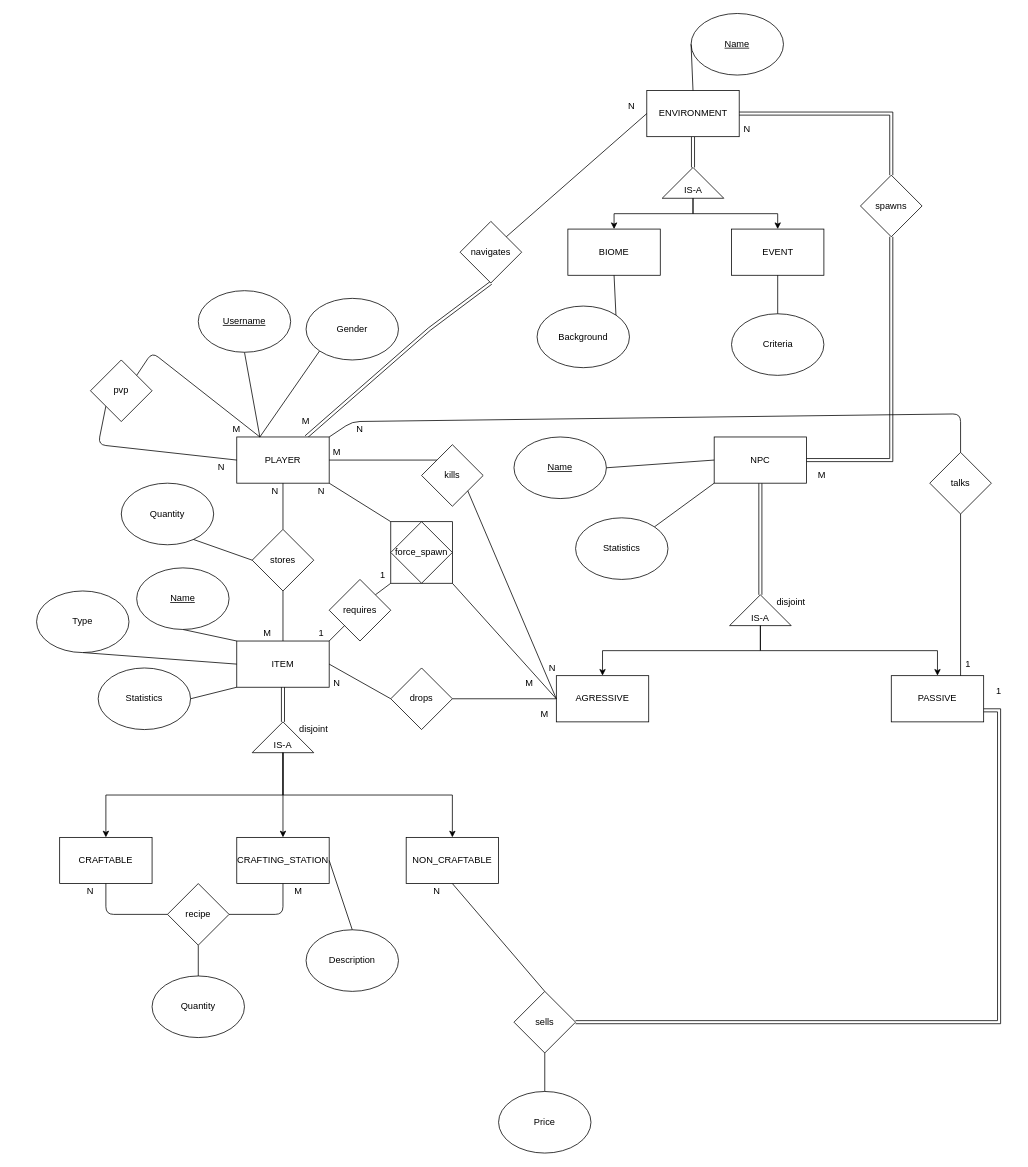
The draw.io diagram TerrariaER.drawio in ahridesu/guioes-BD, before the edit. Source tidied: cells renumbered, new cells numbered last; positions are measured from the earlier drawing's top-left corner, leaving out a move shared by most shapes. Both pictures are drawn from the tidied source at 77%, with x=0, y=0 at pixel (36, 13).
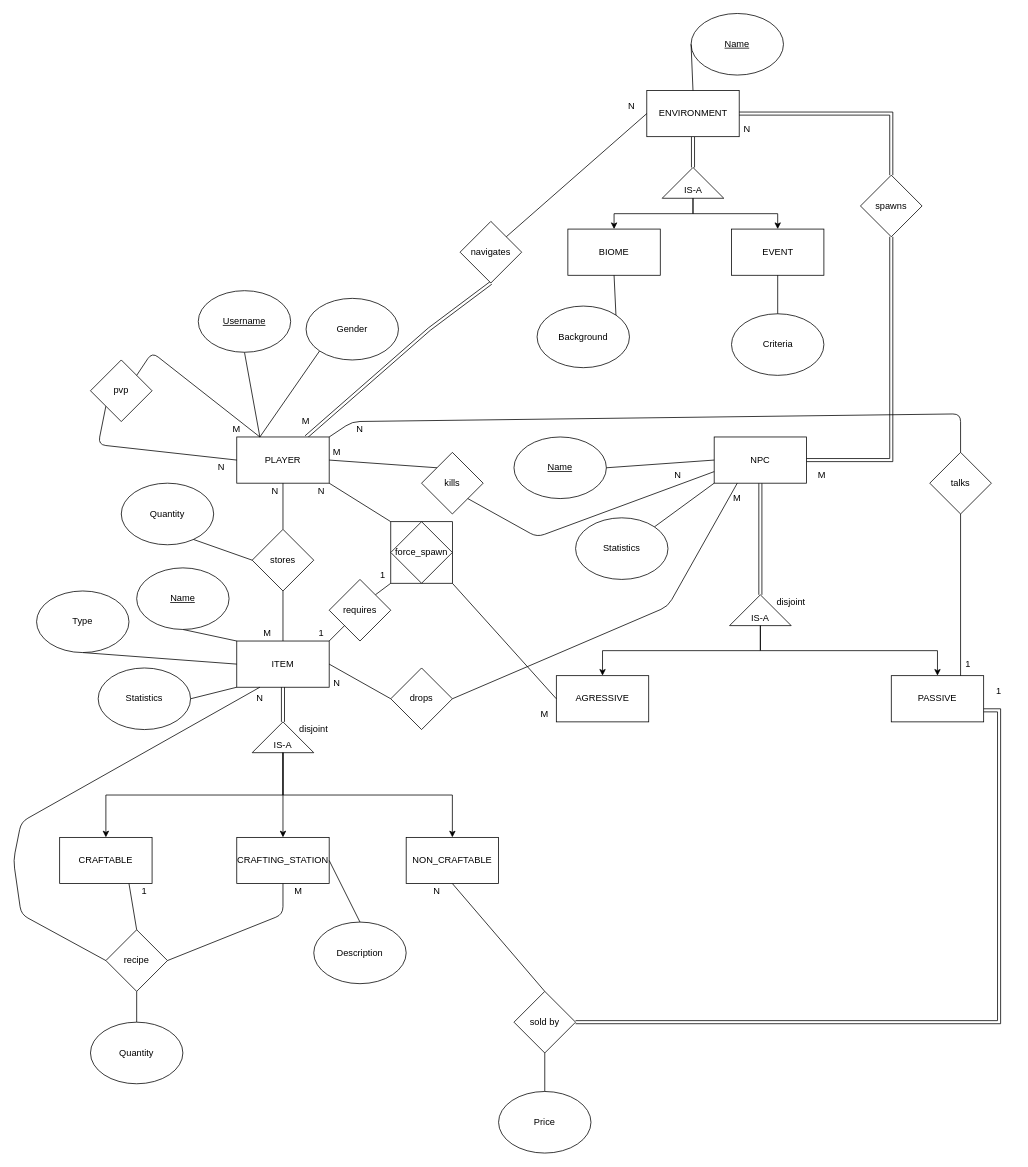
After the change.

Unchanged cells that the change refers to:
```xml
<mxCell id="8" value="ITEM" style="rounded=0;whiteSpace=wrap;html=1;" parent="1" vertex="1">
  <mxGeometry x="260" y="815" width="120" height="60" as="geometry" />
</mxCell>
<mxCell id="25" value="CRAFTABLE" style="rounded=0;whiteSpace=wrap;html=1;" parent="1" vertex="1">
  <mxGeometry x="30" y="1070" width="120" height="60" as="geometry" />
</mxCell>
<mxCell id="38" value="NPC" style="rounded=0;whiteSpace=wrap;html=1;" parent="1" vertex="1">
  <mxGeometry x="880" y="550" width="120" height="60" as="geometry" />
</mxCell>
<mxCell id="43" value="AGRESSIVE" style="rounded=0;whiteSpace=wrap;html=1;" parent="1" vertex="1">
  <mxGeometry x="675" y="860" width="120" height="60" as="geometry" />
</mxCell>
<mxCell id="63" value="drops" style="rhombus;whiteSpace=wrap;html=1;" parent="1" vertex="1">
  <mxGeometry x="460" y="850" width="80" height="80" as="geometry" />
</mxCell>
```

Change to the diagram source:
```diff
@@
     <mxCell id="28" value="recipe" style="rhombus;whiteSpace=wrap;html=1;" parent="1" vertex="1">
-      <mxGeometry x="170" y="1130" width="80" height="80" as="geometry" />
+      <mxGeometry x="90" y="1190" width="80" height="80" as="geometry" />
     </mxCell>
-    <mxCell id="29" style="endArrow=none;html=1;entryX=0.5;entryY=1;entryDx=0;entryDy=0;exitX=0;exitY=0.5;exitDx=0;exitDy=0;" parent="1" edge="1" source="28" target="25">
+    <mxCell id="29" style="endArrow=none;html=1;entryX=0.25;entryY=1;entryDx=0;entryDy=0;exitX=0;exitY=0.5;exitDx=0;exitDy=0;" parent="1" edge="1" source="28" target="8">
       <mxGeometry relative="1" as="geometry">
         <Array as="points">
-          <mxPoint x="90" y="1170" />
+          <mxPoint x="-20" y="1170" />
+          <mxPoint x="-30" y="1100" />
+          <mxPoint x="-20" y="1050" />
         </Array>
       </mxGeometry>
     </mxCell>
@@
     <mxCell id="32" value="Quantity" style="ellipse;whiteSpace=wrap;html=1;" parent="1" vertex="1">
-      <mxGeometry x="150" y="1250" width="120" height="80" as="geometry" />
+      <mxGeometry x="70" y="1310" width="120" height="80" as="geometry" />
     </mxCell>
     <mxCell id="33" value="N" style="text;html=1;strokeColor=none;fillColor=none;align=center;verticalAlign=middle;whiteSpace=wrap;rounded=0;" parent="1" vertex="1">
-      <mxGeometry x="50" y="1130" width="40" height="20" as="geometry" />
+      <mxGeometry x="270" y="880" width="40" height="20" as="geometry" />
     </mxCell>
@@
     <mxCell id="35" value="Description" style="ellipse;whiteSpace=wrap;html=1;" parent="1" vertex="1">
-      <mxGeometry x="350" y="1190" width="120" height="80" as="geometry" />
+      <mxGeometry x="360" y="1180" width="120" height="80" as="geometry" />
     </mxCell>
@@
     <mxCell id="60" value="kills" style="rhombus;whiteSpace=wrap;html=1;" parent="1" vertex="1">
-      <mxGeometry x="500" y="560" width="80" height="80" as="geometry" />
+      <mxGeometry x="500" y="570" width="80" height="80" as="geometry" />
     </mxCell>
-    <mxCell id="61" style="endArrow=none;html=1;exitX=1;exitY=1;exitDx=0;exitDy=0;entryX=0;entryY=0.5;entryDx=0;entryDy=0;" parent="1" edge="1" source="60" target="43">
-      <mxGeometry relative="1" as="geometry" />
+    <mxCell id="61" style="endArrow=none;html=1;exitX=1;exitY=1;exitDx=0;exitDy=0;entryX=0;entryY=0.75;entryDx=0;entryDy=0;" parent="1" edge="1" source="60" target="38">
+      <mxGeometry relative="1" as="geometry">
+        <Array as="points">
+          <mxPoint x="650" y="680" />
+        </Array>
+      </mxGeometry>
     </mxCell>
-    <mxCell id="62" style="endArrow=none;html=1;exitX=1;exitY=0.5;exitDx=0;exitDy=0;entryX=0;entryY=0.5;entryDx=0;entryDy=0;" parent="1" edge="1" source="63" target="43">
-      <mxGeometry relative="1" as="geometry" />
+    <mxCell id="62" style="endArrow=none;html=1;exitX=1;exitY=0.5;exitDx=0;exitDy=0;entryX=0.25;entryY=1;entryDx=0;entryDy=0;" parent="1" edge="1" source="63" target="38">
+      <mxGeometry relative="1" as="geometry">
+        <Array as="points">
+          <mxPoint x="820" y="770" />
+        </Array>
+      </mxGeometry>
     </mxCell>
@@
-    <mxCell id="67" value="sells" style="rhombus;whiteSpace=wrap;html=1;" parent="1" vertex="1">
+    <mxCell id="67" value="sold by" style="rhombus;whiteSpace=wrap;html=1;" parent="1" vertex="1">
       <mxGeometry x="620" y="1270" width="80" height="80" as="geometry" />
     </mxCell>
@@
     <mxCell id="85" value="N" style="text;html=1;strokeColor=none;fillColor=none;align=center;verticalAlign=middle;whiteSpace=wrap;rounded=0;" parent="1" vertex="1">
-      <mxGeometry x="650" y="840" width="40" height="20" as="geometry" />
+      <mxGeometry x="812.5" y="590" width="40" height="20" as="geometry" />
     </mxCell>
@@
     <mxCell id="112" value="M" style="text;html=1;strokeColor=none;fillColor=none;align=center;verticalAlign=middle;whiteSpace=wrap;rounded=0;" parent="1" vertex="1">
-      <mxGeometry x="620" y="860" width="40" height="20" as="geometry" />
+      <mxGeometry x="890" y="620" width="40" height="20" as="geometry" />
     </mxCell>
@@
+    <mxCell id="115" style="endArrow=none;html=1;exitX=0.5;exitY=0;exitDx=0;exitDy=0;entryX=0.75;entryY=1;entryDx=0;entryDy=0;" parent="1" edge="1" source="28" target="25">
+      <mxGeometry relative="1" as="geometry" />
+    </mxCell>
+    <mxCell id="116" value="1" style="text;html=1;strokeColor=none;fillColor=none;align=center;verticalAlign=middle;whiteSpace=wrap;rounded=0;" parent="1" vertex="1">
+      <mxGeometry x="120" y="1130" width="40" height="20" as="geometry" />
+    </mxCell>
```
